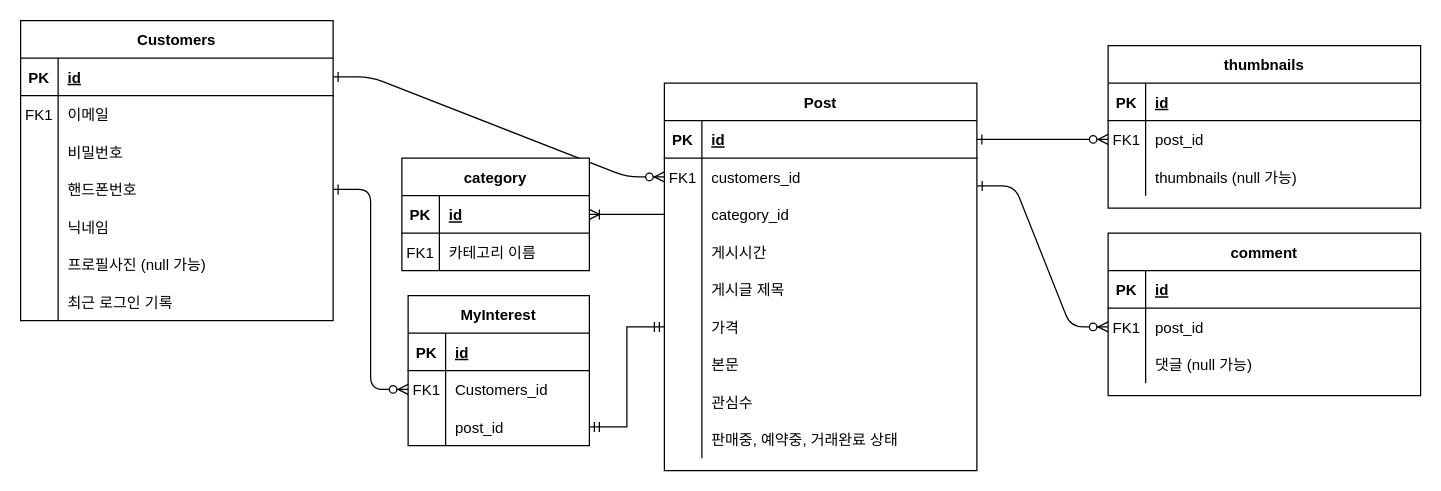
The draw.io diagram page "Page-1" (1 of 2) of carrot.drawio in Lee-seungju/drawfile, before the edit. Source tidied: cells renumbered, new cells numbered last; positions are measured from the earlier drawing's top-left corner, leaving out a move shared by most shapes. Both pictures are drawn from the tidied source at 125%, with x=0, y=0 at pixel (20, 20).
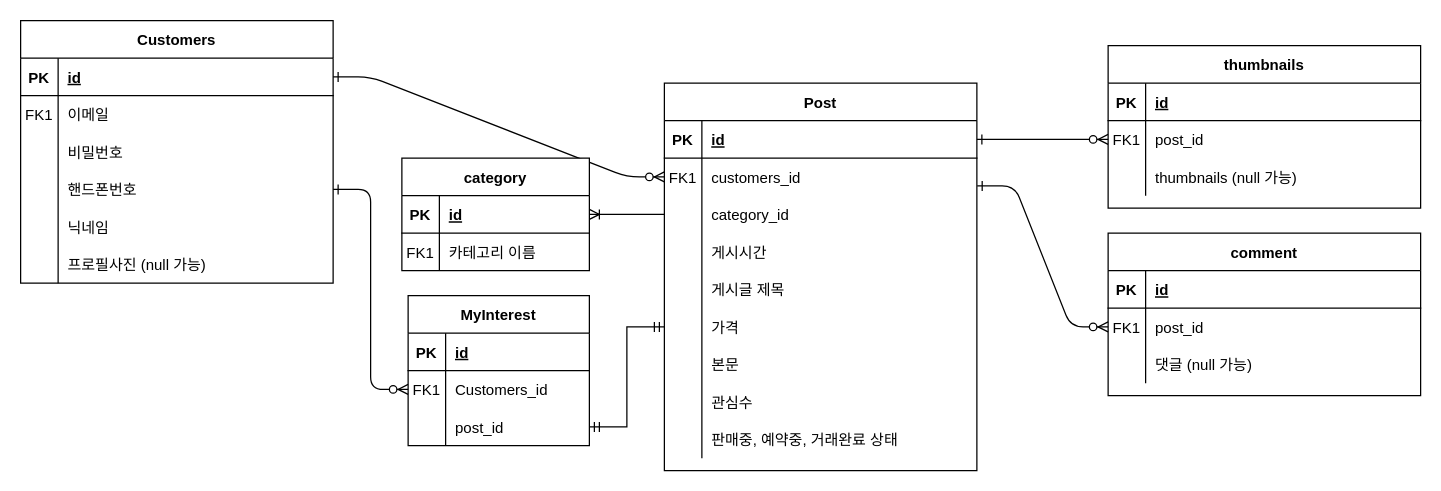
After the change.

Change to the diagram source:
```diff
@@
     <mxCell id="52" value="Customers" style="shape=table;startSize=30;childLayout=tableLayout;rowLines=0;fontStyle=1;align=center;horizontal=1;flipV=0;flipH=0;" parent="1" vertex="1">
-      <mxGeometry width="250" height="240" as="geometry" />
+      <mxGeometry width="250" height="210" as="geometry" />
     </mxCell>
@@
-    <mxCell id="71" style="shape=partialRectangle;fillColor=none;top=0;left=0;right=0;bottom=0;" parent="52" vertex="1">
-      <mxGeometry y="210" width="250" height="30" as="geometry" />
-    </mxCell>
-    <mxCell id="72" style="shape=partialRectangle;overflow=hidden;fillColor=none;top=0;left=0;bottom=0;right=0;" parent="71" vertex="1">
-      <mxGeometry width="30" height="30" as="geometry" />
-    </mxCell>
-    <mxCell id="73" value="최근 로그인 기록" style="shape=partialRectangle;overflow=hidden;fillColor=none;top=0;left=0;bottom=0;right=0;align=left;spacingLeft=6;verticalAlign=middle;" parent="71" vertex="1">
-      <mxGeometry x="30" width="220" height="30" as="geometry" />
-    </mxCell>
```
